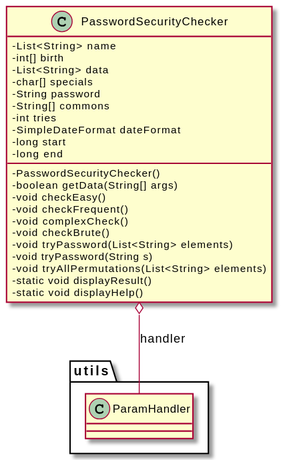
ErikPelloni/PasswordSecurityChecker keeps this PlantUML diagram as Documenti/PasswordSecurityChecker_Classe.svg. Above is the earlier version.
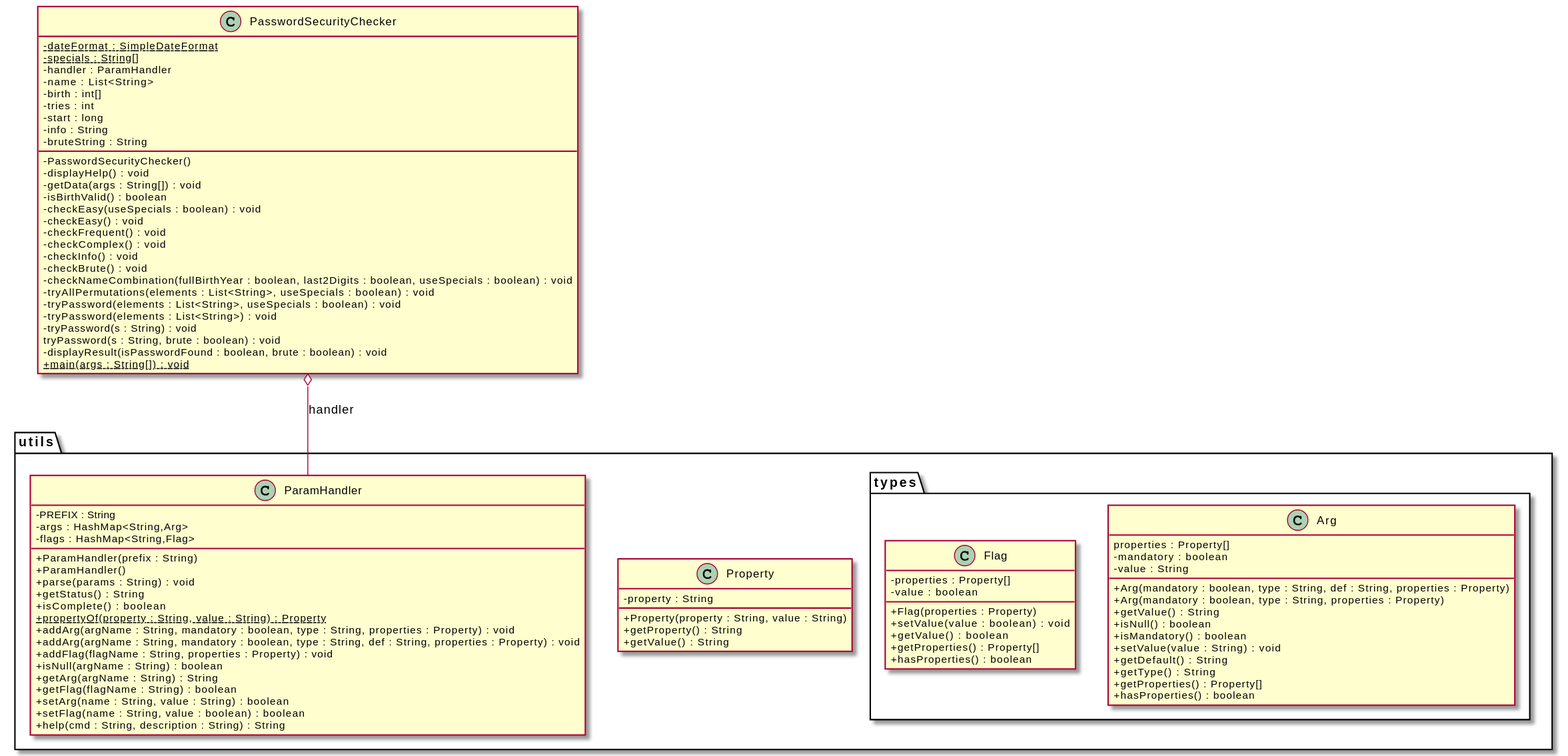
The same file after the commit.

Change to the diagram source:
```diff
@@ -1,30 +1,87 @@
 @startuml
 skinparam classAttributeIconSize 0
 class PasswordSecurityChecker{
-    - List<String> name
-    - int[] birth
-    - List<String> data
-    - char[] specials
-    - String password
-    - String[] commons
-    - int tries
-    - SimpleDateFormat dateFormat
-    - long start
-    - long end
+    - {static} dateFormat : SimpleDateFormat
+    - {static} specials : String[]
+    - handler : ParamHandler
+    - name : List<String>
+    - birth : int[]
+    - tries : int
+    - start : long
+    - info : String
+    - bruteString : String
     - PasswordSecurityChecker()
-    - boolean getData(String[] args)
-    - void checkEasy()
-    - void checkFrequent()
-    - void complexCheck()
-    - void checkBrute()
-    - void tryPassword(List<String> elements)
-    - void tryPassword(String s)
-    - void tryAllPermutations(List<String> elements)
-    - static void displayResult()
-    - static void displayHelp()
+    - displayHelp() : void
+    - getData(args : String[]) : void
+    - isBirthValid() : boolean
+    - checkEasy(useSpecials : boolean) : void
+    - checkEasy() : void
+    - checkFrequent() : void
+    - checkComplex() : void
+    - checkInfo() : void
+    - checkBrute() : void
+    - checkNameCombination(fullBirthYear : boolean, last2Digits : boolean, useSpecials : boolean) : void
+    - tryAllPermutations(elements : List<String>, useSpecials : boolean) : void
+    - tryPassword(elements : List<String>, useSpecials : boolean) : void
+    - tryPassword(elements : List<String>) : void
+    - tryPassword(s : String) : void
+    tryPassword(s : String, brute : boolean) : void
+    - displayResult(isPasswordFound : boolean, brute : boolean) : void
+    + {static} main(args : String[]) : void
 }
-
-class utils.ParamHandler
-
-PasswordSecurityChecker o-- utils.ParamHandler : handler
+package utils{
+    class Property{
+        - property : String
+        + Property(property : String, value : String)
+        + getProperty() : String
+        + getValue() : String
+    }
+    class ParamHandler{
+        - PREFIX : String
+        - args : HashMap<String,Arg>
+        - flags : HashMap<String,Flag>
+        + ParamHandler(prefix : String)
+        + ParamHandler()
+        + parse(params : String) : void
+        + getStatus() : String
+        + isComplete() : boolean
+        + {static} propertyOf(property : String, value : String) : Property
+        + addArg(argName : String, mandatory : boolean, type : String, properties : Property) : void
+        + addArg(argName : String, mandatory : boolean, type : String, def : String, properties : Property) : void
+        + addFlag(flagName : String, properties : Property) : void
+        + isNull(argName : String) : boolean
+        + getArg(argName : String) : String
+        + getFlag(flagName : String) : boolean
+        + setArg(name : String, value : String) : boolean
+        + setFlag(name : String, value : boolean) : boolean
+        + help(cmd : String, description : String) : String
+    }
+    package types{
+        class Arg{
+            properties : Property[]
+            - mandatory : boolean
+            - value : String
+            + Arg(mandatory : boolean, type : String, def : String, properties : Property)
+            + Arg(mandatory : boolean, type : String, properties : Property)
+            + getValue() : String
+            + isNull() : boolean
+            + isMandatory() : boolean
+            + setValue(value : String) : void
+            + getDefault() : String
+            + getType() : String
+            + getProperties() : Property[]
+            + hasProperties() : boolean
+        }
+        class Flag{
+            - properties : Property[]
+            - value : boolean
+            + Flag(properties : Property)
+            + setValue(value : boolean) : void
+            + getValue() : boolean
+            + getProperties() : Property[]
+            + hasProperties() : boolean
+        }
+    }
+}
+PasswordSecurityChecker o-- ParamHandler : handler
 @enduml
```
